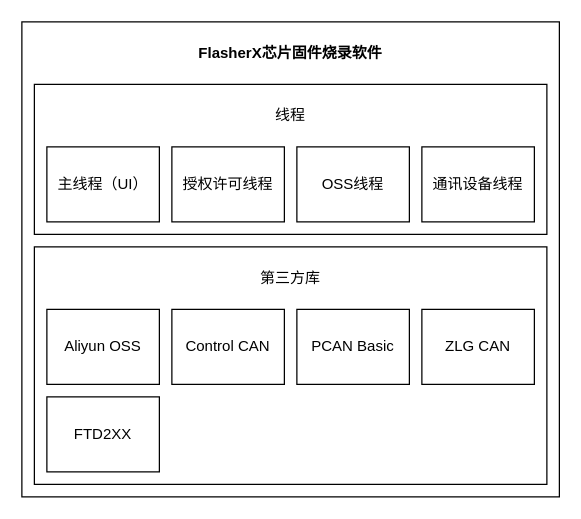
SummerFalls/DrawIO keeps this draw.io diagram as page "软件组件构成图" (1 of 2) of 未命名绘图.drawio. Above is the earlier version. Source tidied: cells renumbered, new cells numbered last; positions are measured from the earlier drawing's top-left corner, leaving out a move shared by most shapes. Both pictures are drawn from the tidied source at 125%, with x=0, y=0 at pixel (21, 21).
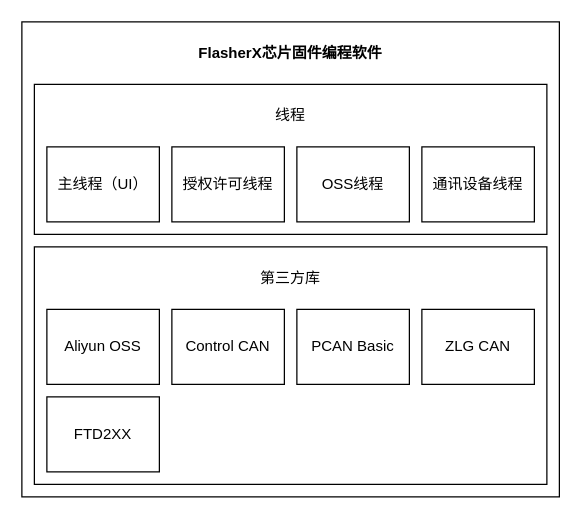
Above is the later version.

Commit message:
Update 未命名绘图.drawio

Change to the diagram source:
```diff
@@
 <mxGraphModel>
   <root>
     <mxCell id="0" />
     <mxCell id="1" parent="0" />
     <mxCell id="2" style="rounded=0;whiteSpace=wrap;html=1;" parent="1" vertex="1">
       <mxGeometry width="430" height="380" as="geometry" />
     </mxCell>
     <mxCell id="3" style="rounded=0;whiteSpace=wrap;html=1;" parent="1" vertex="1">
       <mxGeometry x="10" y="50" width="410" height="120" as="geometry" />
     </mxCell>
     <mxCell id="4" value="主线程（UI）" style="rounded=0;whiteSpace=wrap;html=1;" parent="1" vertex="1">
       <mxGeometry x="20" y="100" width="90" height="60" as="geometry" />
     </mxCell>
     <mxCell id="5" value="授权许可线程" style="rounded=0;whiteSpace=wrap;html=1;" parent="1" vertex="1">
       <mxGeometry x="120" y="100" width="90" height="60" as="geometry" />
     </mxCell>
     <mxCell id="6" value="OSS线程" style="rounded=0;whiteSpace=wrap;html=1;" parent="1" vertex="1">
       <mxGeometry x="220" y="100" width="90" height="60" as="geometry" />
     </mxCell>
     <mxCell id="7" value="通讯设备线程" style="rounded=0;whiteSpace=wrap;html=1;" parent="1" vertex="1">
       <mxGeometry x="320" y="100" width="90" height="60" as="geometry" />
     </mxCell>
     <mxCell id="8" value="线程" style="text;html=1;strokeColor=none;fillColor=none;align=center;verticalAlign=middle;whiteSpace=wrap;rounded=0;" parent="1" vertex="1">
       <mxGeometry x="20" y="60" width="390" height="30" as="geometry" />
     </mxCell>
     <mxCell id="9" style="rounded=0;whiteSpace=wrap;html=1;" parent="1" vertex="1">
       <mxGeometry x="10" y="180" width="410" height="190" as="geometry" />
     </mxCell>
     <mxCell id="10" value="Aliyun OSS" style="rounded=0;whiteSpace=wrap;html=1;" parent="1" vertex="1">
       <mxGeometry x="20" y="230" width="90" height="60" as="geometry" />
     </mxCell>
     <mxCell id="11" value="Control CAN" style="rounded=0;whiteSpace=wrap;html=1;" parent="1" vertex="1">
       <mxGeometry x="120" y="230" width="90" height="60" as="geometry" />
     </mxCell>
     <mxCell id="12" value="PCAN Basic" style="rounded=0;whiteSpace=wrap;html=1;" parent="1" vertex="1">
       <mxGeometry x="220" y="230" width="90" height="60" as="geometry" />
     </mxCell>
     <mxCell id="13" value="ZLG CAN" style="rounded=0;whiteSpace=wrap;html=1;" parent="1" vertex="1">
       <mxGeometry x="320" y="230" width="90" height="60" as="geometry" />
     </mxCell>
     <mxCell id="14" value="第三方库" style="text;html=1;strokeColor=none;fillColor=none;align=center;verticalAlign=middle;whiteSpace=wrap;rounded=0;" parent="1" vertex="1">
       <mxGeometry x="20" y="190" width="390" height="30" as="geometry" />
     </mxCell>
     <mxCell id="15" value="FTD2XX" style="rounded=0;whiteSpace=wrap;html=1;" parent="1" vertex="1">
       <mxGeometry x="20" y="300" width="90" height="60" as="geometry" />
     </mxCell>
-    <mxCell id="16" value="FlasherX芯片固件烧录软件" style="text;html=1;strokeColor=none;fillColor=none;align=center;verticalAlign=middle;whiteSpace=wrap;rounded=0;fontStyle=1;" parent="1" vertex="1">
+    <mxCell id="16" value="FlasherX芯片固件编程软件" style="text;html=1;strokeColor=none;fillColor=none;align=center;verticalAlign=middle;whiteSpace=wrap;rounded=0;fontStyle=1;" parent="1" vertex="1">
       <mxGeometry x="10" y="10" width="410" height="30" as="geometry" />
     </mxCell>
   </root>
 </mxGraphModel>
```
